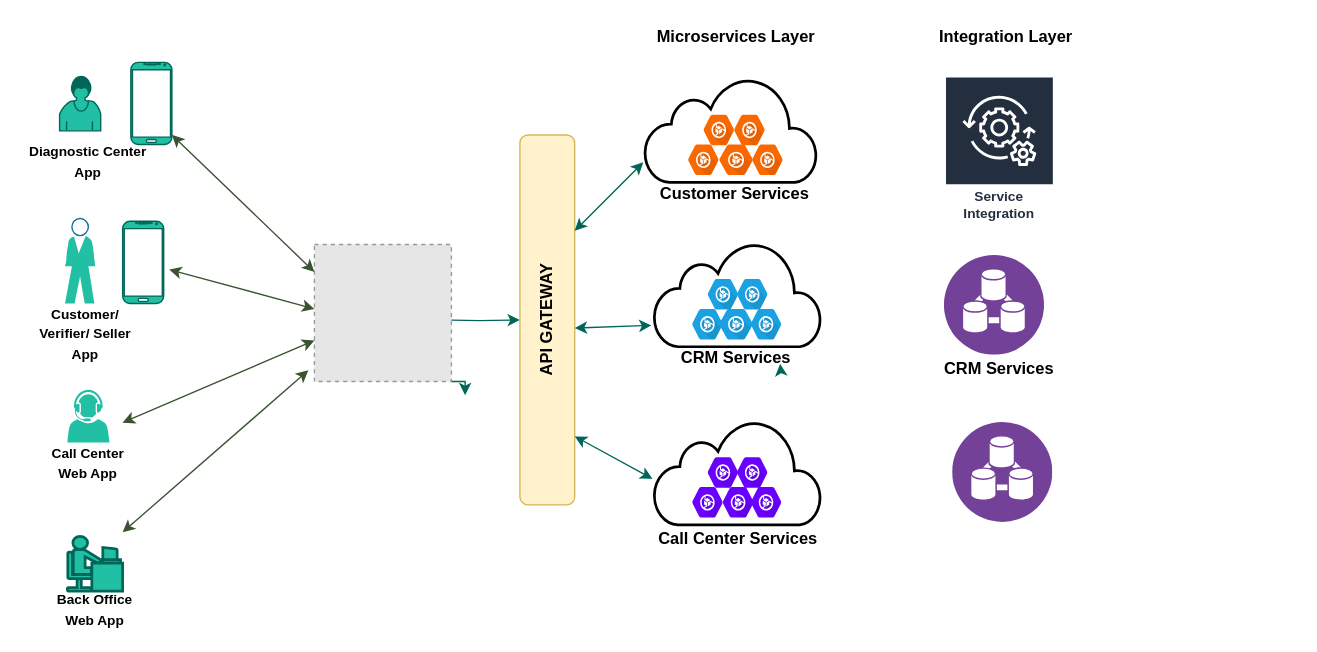
rbisoi/NXGCommerce keeps this draw.io diagram as Untitled Diagram.drawio. Above is the earlier version. Source tidied: cells renumbered, new cells numbered last; positions are measured from the earlier drawing's top-left corner, leaving out a move shared by most shapes. Both pictures are drawn from the tidied source at 137%, with x=0, y=0 at pixel (23, 23). Pictures stored in the file or linked from it are replaced by grey dashed boxes.
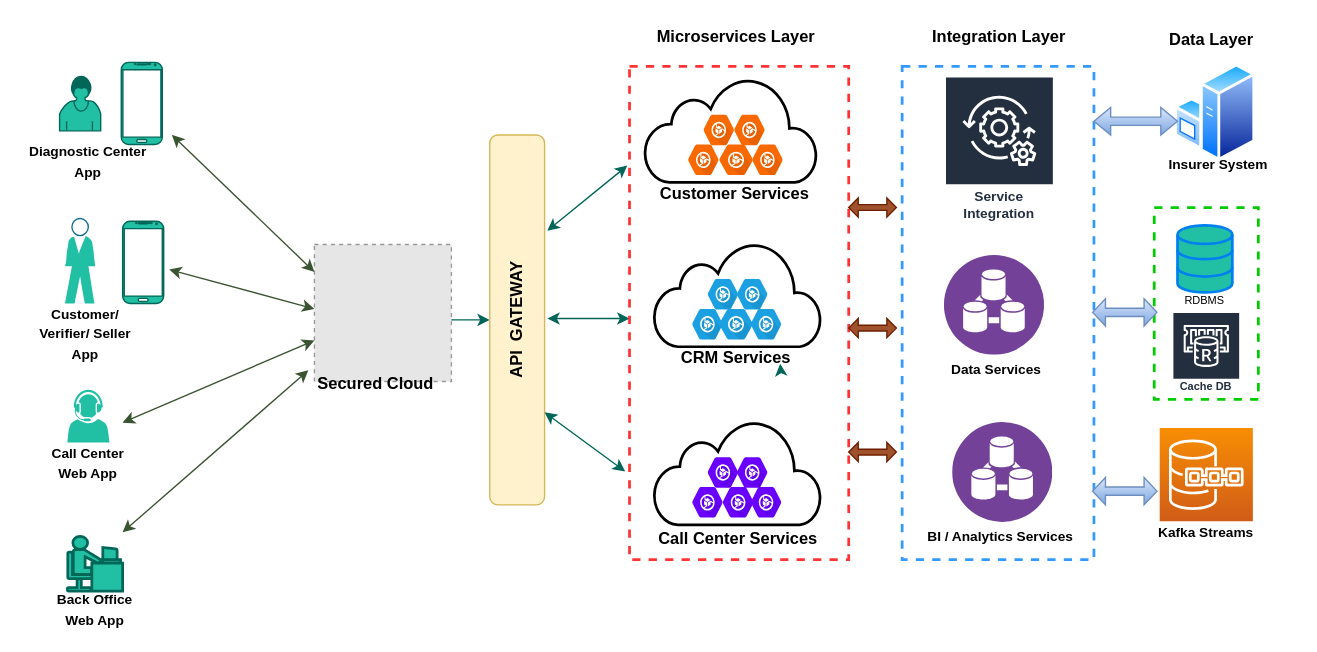
Above is the later version.

Unchanged cells that the change refers to:
```xml
<mxCell id="8" style="fillColor=#E6E6E6;strokeColor=#999999;dashed=1;html=1;verticalAlign=top;verticalLabelPosition=bottom;labelBackgroundColor=#ffffff;fontColor=#5C5C5C;" parent="1" vertex="1">
  <mxGeometry x="212" y="161" width="100" height="100" as="geometry" />
</mxCell>
<mxCell id="18" style="html=1;verticalLabelPosition=bottom;align=center;labelBackgroundColor=#ffffff;verticalAlign=top;strokeWidth=2;shadow=0;dashed=0;shape=mxgraph.ios7.icons.cloud;rounded=0;sketch=0;" parent="17" vertex="1">
  <mxGeometry x="-22.2" y="-21.8" width="122.2" height="76.4" as="geometry" />
</mxCell>
```

Change to the diagram source:
```diff
@@
-    <mxCell id="7" style="edgeStyle=orthogonalEdgeStyle;curved=0;rounded=0;sketch=0;jettySize=auto;html=1;exitX=1;exitY=1;exitDx=0;exitDy=0;strokeColor=#006658;fillColor=#21C0A5;fontColor=#5C5C5C;" parent="1" edge="1" source="8">
-      <mxGeometry relative="1" as="geometry">
-        <mxPoint x="322" y="271" as="targetPoint" />
-      </mxGeometry>
-    </mxCell>
@@
-    <mxCell id="9" value="&lt;b&gt;API GATEWAY&lt;/b&gt;" style="rounded=1;whiteSpace=wrap;html=1;sketch=0;strokeColor=#d6b656;fillColor=#fff2cc;direction=west;horizontal=0;" parent="1" vertex="1">
-      <mxGeometry x="362" y="81" width="40" height="270" as="geometry" />
+    <mxCell id="9" value="&lt;b&gt;API&amp;nbsp; GATEWAY&lt;/b&gt;" style="rounded=1;whiteSpace=wrap;html=1;sketch=0;strokeColor=#d6b656;fillColor=#fff2cc;direction=west;horizontal=0;" parent="1" vertex="1">
+      <mxGeometry x="340" y="81" width="40" height="270" as="geometry" />
     </mxCell>
@@
-    <mxCell id="33" style="endArrow=classic;startArrow=classic;html=1;strokeColor=#006658;fillColor=#21C0A5;fontColor=#5C5C5C;" parent="1" edge="1">
+    <mxCell id="33" style="endArrow=classic;startArrow=classic;html=1;strokeColor=#006658;fillColor=#21C0A5;fontColor=#5C5C5C;entryX=-0.01;entryY=0.201;entryDx=0;entryDy=0;entryPerimeter=0;" parent="1" edge="1" target="54">
       <mxGeometry relative="1" as="geometry">
-        <mxPoint x="402" y="151" as="sourcePoint" />
-        <mxPoint x="452" y="101" as="targetPoint" />
+        <mxPoint x="382" y="151" as="sourcePoint" />
       </mxGeometry>
     </mxCell>
     <mxCell id="34" style="endArrow=classic;startArrow=classic;html=1;strokeColor=#006658;fillColor=#21C0A5;fontColor=#5C5C5C;" parent="1" edge="1">
       <mxGeometry relative="1" as="geometry">
-        <mxPoint x="402" y="222" as="sourcePoint" />
-        <mxPoint x="458" y="220" as="targetPoint" />
+        <mxPoint x="382" y="215" as="sourcePoint" />
+        <mxPoint x="442" y="215" as="targetPoint" />
       </mxGeometry>
     </mxCell>
-    <mxCell id="35" style="endArrow=classic;startArrow=classic;html=1;strokeColor=#006658;fillColor=#21C0A5;fontColor=#5C5C5C;entryX=-0.008;entryY=0.561;entryDx=0;entryDy=0;entryPerimeter=0;" parent="1" edge="1" target="18">
-      <mxGeometry relative="1" as="geometry">
-        <mxPoint x="402" y="301" as="sourcePoint" />
-      </mxGeometry>
+    <mxCell id="35" style="endArrow=classic;startArrow=classic;html=1;strokeColor=#006658;fillColor=#21C0A5;fontColor=#5C5C5C;entryX=-0.02;entryY=0.821;entryDx=0;entryDy=0;entryPerimeter=0;exitX=0;exitY=0.25;exitDx=0;exitDy=0;" parent="1" edge="1" source="9" target="54">
+      <mxGeometry relative="1" as="geometry" />
     </mxCell>
@@
     <mxCell id="39" style="verticalLabelPosition=bottom;verticalAlign=top;html=1;shadow=0;dashed=0;strokeWidth=1;shape=mxgraph.android.phone2;strokeColor=#006658;fillColor=#21C0A5;fontColor=#5C5C5C;" parent="1" vertex="1">
-      <mxGeometry x="78" y="28" width="30" height="60" as="geometry" />
+      <mxGeometry x="71" y="28" width="30" height="60" as="geometry" />
     </mxCell>
@@
     <mxCell id="49" value="&lt;b&gt;Integration Layer&lt;/b&gt;" style="text;html=1;align=center;verticalAlign=middle;whiteSpace=wrap;rounded=0;sketch=0;" parent="1" vertex="1">
-      <mxGeometry x="652" width="130" height="20" as="geometry" />
+      <mxGeometry x="647" width="130" height="20" as="geometry" />
     </mxCell>
@@
-    <mxCell id="53" value="&lt;b&gt;CRM Services&lt;/b&gt;" style="text;html=1;align=center;verticalAlign=middle;whiteSpace=wrap;rounded=0;sketch=0;" parent="1" vertex="1">
-      <mxGeometry x="647" y="242" width="130" height="20" as="geometry" />
+    <mxCell id="53" value="&lt;b&gt;&lt;font style=&quot;font-size: 10px&quot;&gt;Data Services&lt;/font&gt;&lt;/b&gt;" style="text;html=1;align=center;verticalAlign=middle;whiteSpace=wrap;rounded=0;sketch=0;" parent="1" vertex="1">
+      <mxGeometry x="645" y="242" width="130" height="20" as="geometry" />
     </mxCell>
+    <mxCell id="54" style="html=1;fontColor=#FF3333;fontStyle=1;align=left;verticalAlign=top;spacing=0;labelBorderColor=none;fillColor=none;dashed=1;strokeWidth=2;strokeColor=#FF3333;spacingLeft=4;spacingTop=-3;rounded=0;sketch=0;" parent="1" vertex="1">
+      <mxGeometry x="442" y="31" width="160" height="360" as="geometry" />
+    </mxCell>
+    <mxCell id="55" style="html=1;fontColor=#FF3333;fontStyle=1;align=left;verticalAlign=top;spacing=0;labelBorderColor=none;fillColor=none;dashed=1;strokeWidth=2;spacingLeft=4;spacingTop=-3;rounded=0;sketch=0;strokeColor=#3399FF;" parent="1" vertex="1">
+      <mxGeometry x="641" y="31" width="140" height="360" as="geometry" />
+    </mxCell>
+    <mxCell id="56" value="&lt;b&gt;&lt;font style=&quot;font-size: 10px&quot;&gt;BI / Analytics Services&lt;/font&gt;&lt;/b&gt;" style="text;html=1;align=center;verticalAlign=middle;whiteSpace=wrap;rounded=0;sketch=0;" parent="1" vertex="1">
+      <mxGeometry x="648" y="364" width="130" height="20" as="geometry" />
+    </mxCell>
+    <mxCell id="57" style="fontColor=#232F3E;gradientColor=#F78E04;gradientDirection=north;fillColor=#D05C17;strokeColor=#ffffff;dashed=0;verticalLabelPosition=bottom;verticalAlign=top;align=center;html=1;fontSize=12;fontStyle=0;shape=mxgraph.aws4.resourceIcon;resIcon=mxgraph.aws4.quantum_ledger_database;rounded=0;sketch=0;" parent="1" vertex="1">
+      <mxGeometry x="829" y="295" width="68" height="68" as="geometry" />
+    </mxCell>
+    <mxCell id="58" value="&lt;b&gt;&lt;font style=&quot;font-size: 10px&quot;&gt;Kafka Streams&lt;/font&gt;&lt;/b&gt;" style="text;html=1;align=center;verticalAlign=middle;whiteSpace=wrap;rounded=0;sketch=0;" parent="1" vertex="1">
+      <mxGeometry x="823" y="360.6" width="80" height="20" as="geometry" />
+    </mxCell>
+    <mxCell id="59" style="group;" parent="1" vertex="1">
+      <mxGeometry x="838" y="147" width="50" height="127" as="geometry" />
+    </mxCell>
+    <mxCell id="60" value="&lt;font style=&quot;font-size: 8px&quot;&gt;Cache DB&lt;/font&gt;" style="fontColor=#232F3E;gradientColor=none;strokeColor=#ffffff;fillColor=#232F3E;dashed=0;verticalLabelPosition=middle;verticalAlign=bottom;align=center;html=1;whiteSpace=wrap;fontSize=10;fontStyle=1;spacing=3;shape=mxgraph.aws4.productIcon;prIcon=mxgraph.aws4.elasticache_for_redis;rounded=0;sketch=0;" parent="59" vertex="1">
+      <mxGeometry y="63" width="50" height="64" as="geometry" />
+    </mxCell>
+    <mxCell id="61" style="group;" parent="59" vertex="1">
+      <mxGeometry x="2" width="44" height="58" as="geometry" />
+    </mxCell>
+    <mxCell id="62" style="html=1;verticalLabelPosition=bottom;align=center;labelBackgroundColor=#ffffff;verticalAlign=top;strokeWidth=2;strokeColor=#0080F0;shadow=0;dashed=0;shape=mxgraph.ios7.icons.data;rounded=0;sketch=0;fillColor=#21C0A5;fontColor=#5C5C5C;" parent="61" vertex="1">
+      <mxGeometry x="2" width="40" height="49" as="geometry" />
+    </mxCell>
+    <mxCell id="63" value="&lt;font style=&quot;font-size: 8px&quot;&gt;RDBMS&lt;/font&gt;" style="text;html=1;align=center;verticalAlign=middle;whiteSpace=wrap;rounded=0;sketch=0;" parent="61" vertex="1">
+      <mxGeometry y="49" width="44" height="9" as="geometry" />
+    </mxCell>
+    <mxCell id="64" style="html=1;fontColor=#FF3333;fontStyle=1;align=left;verticalAlign=top;spacing=0;labelBorderColor=none;fillColor=none;dashed=1;strokeWidth=2;spacingLeft=4;spacingTop=-3;rounded=0;sketch=0;strokeColor=#00CC00;" parent="1" vertex="1">
+      <mxGeometry x="825" y="134" width="76" height="140" as="geometry" />
+    </mxCell>
+    <mxCell id="65" value="&lt;b&gt;Data Layer&lt;/b&gt;" style="text;html=1;align=center;verticalAlign=middle;whiteSpace=wrap;rounded=0;sketch=0;" parent="1" vertex="1">
+      <mxGeometry x="807" y="2" width="120" height="20" as="geometry" />
+    </mxCell>
+    <mxCell id="66" style="perimeter=ellipsePerimeter;html=1;align=center;shadow=0;dashed=0;spacingTop=3;image;image=img/lib/active_directory/windows_server.svg;rounded=0;sketch=0;strokeColor=#3399FF;fillColor=#21C0A5;fontColor=#5C5C5C;" parent="1" vertex="1">
+      <mxGeometry x="840" y="28.8" width="59.2" height="72.2" as="geometry" />
+    </mxCell>
+    <mxCell id="67" value="&lt;b&gt;&lt;font style=&quot;font-size: 10px&quot;&gt;Insurer System&lt;/font&gt;&lt;/b&gt;" style="text;html=1;align=center;verticalAlign=middle;whiteSpace=wrap;rounded=0;sketch=0;" parent="1" vertex="1">
+      <mxGeometry x="832" y="92" width="80" height="20" as="geometry" />
+    </mxCell>
+    <mxCell id="68" style="shape=doubleArrow;whiteSpace=wrap;html=1;rounded=0;sketch=0;strokeColor=#6D1F00;fillColor=#a0522d;fontColor=#ffffff;" parent="1" vertex="1">
+      <mxGeometry x="602" y="305.5" width="34.8" height="14" as="geometry" />
+    </mxCell>
+    <mxCell id="69" style="shape=doubleArrow;whiteSpace=wrap;html=1;rounded=0;sketch=0;strokeColor=#6D1F00;fillColor=#a0522d;fontColor=#ffffff;" parent="1" vertex="1">
+      <mxGeometry x="602" y="215" width="34.8" height="14" as="geometry" />
+    </mxCell>
+    <mxCell id="70" style="shape=doubleArrow;whiteSpace=wrap;html=1;rounded=0;sketch=0;strokeColor=#6D1F00;fillColor=#a0522d;fontColor=#ffffff;" parent="1" vertex="1">
+      <mxGeometry x="602" y="127" width="34.8" height="14" as="geometry" />
+    </mxCell>
+    <mxCell id="71" style="shape=doubleArrow;whiteSpace=wrap;html=1;rounded=0;sketch=0;strokeColor=#6c8ebf;fillColor=#dae8fc;gradientColor=#7ea6e0;" parent="1" vertex="1">
+      <mxGeometry x="781" y="61" width="61" height="20" as="geometry" />
+    </mxCell>
+    <mxCell id="72" value="&lt;b&gt;Secured Cloud&lt;/b&gt;" style="text;html=1;align=center;verticalAlign=middle;whiteSpace=wrap;rounded=0;sketch=0;" parent="1" vertex="1">
+      <mxGeometry x="212" y="254" width="90" height="17" as="geometry" />
+    </mxCell>
+    <mxCell id="73" style="shape=doubleArrow;whiteSpace=wrap;html=1;rounded=0;sketch=0;strokeColor=#6c8ebf;fillColor=#dae8fc;gradientColor=#7ea6e0;" parent="1" vertex="1">
+      <mxGeometry x="780" y="331" width="47" height="20" as="geometry" />
+    </mxCell>
+    <mxCell id="74" style="shape=doubleArrow;whiteSpace=wrap;html=1;rounded=0;sketch=0;strokeColor=#6c8ebf;fillColor=#dae8fc;gradientColor=#7ea6e0;" parent="1" vertex="1">
+      <mxGeometry x="780" y="200.5" width="47" height="20" as="geometry" />
+    </mxCell>
```
